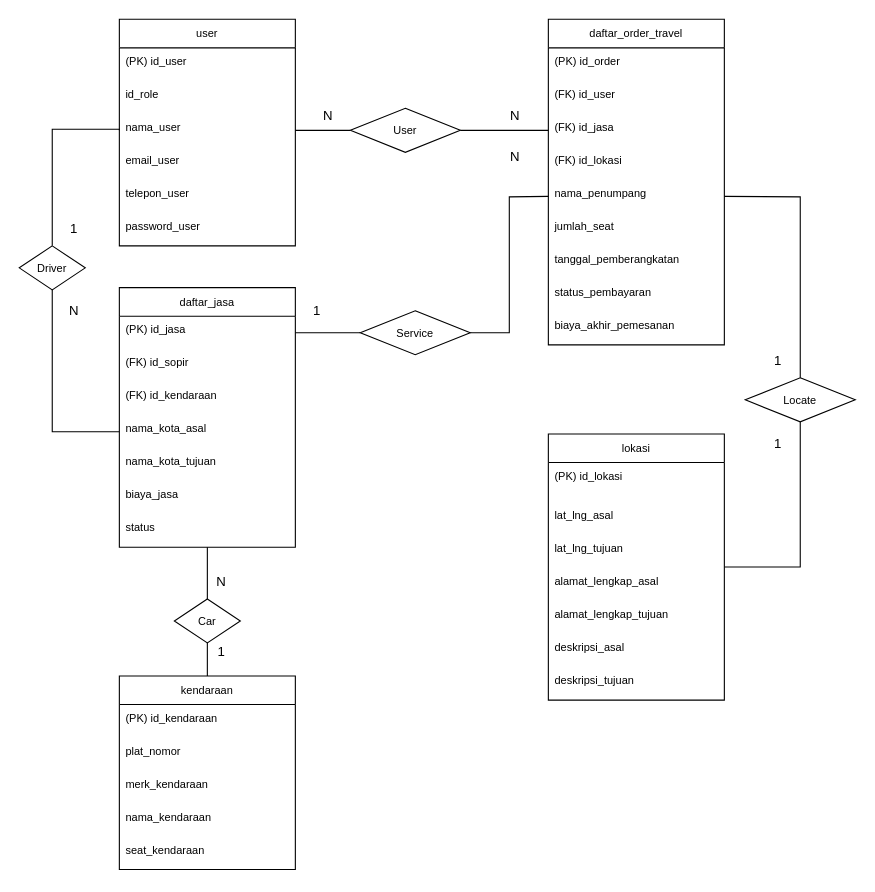
Above: database/erd-trvlx.drawio in williamk19/trvlx (draw.io), before the change. Source tidied: cells renumbered, new cells numbered last; positions are measured from the earlier drawing's top-left corner, leaving out a move shared by most shapes. Both pictures are drawn from the tidied source at 110%, with x=0, y=0 at pixel (19, 19).
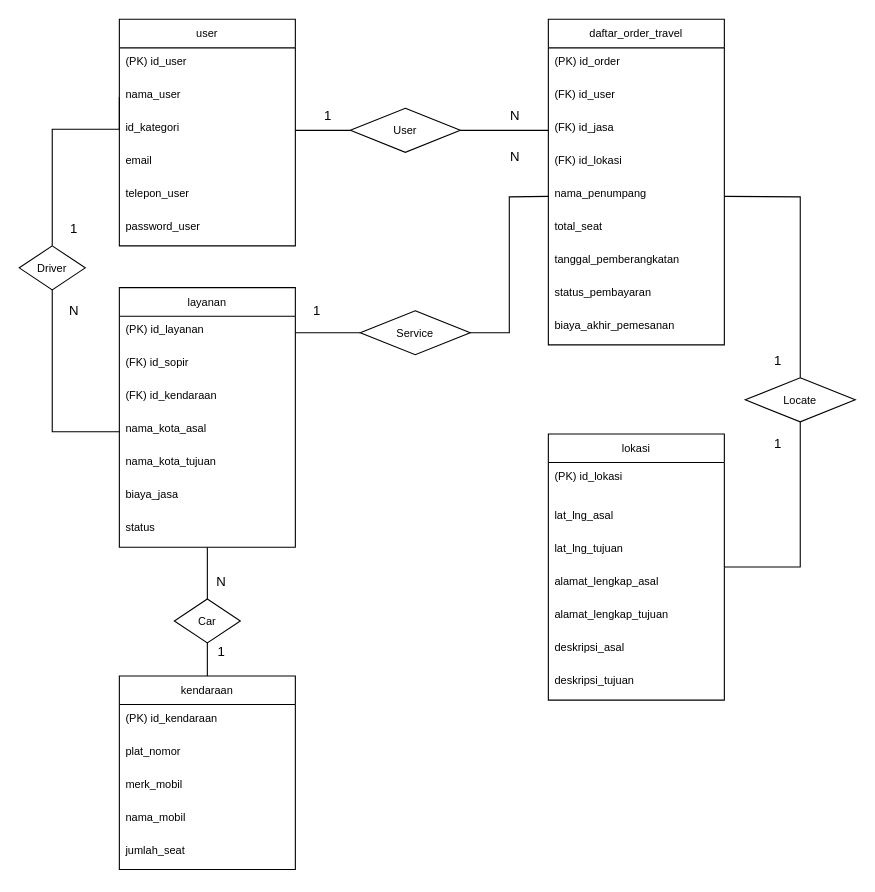
The same diagram, later.

The change refers to these unchanged cells:
```xml
<mxCell id="2" value="user" style="swimlane;fontStyle=0;horizontal=1;startSize=26;align=center;fontSize=10;" parent="1" vertex="1">
  <mxGeometry x="91" width="160" height="206" as="geometry" />
</mxCell>
<mxCell id="18" value="daftar_order_travel" style="swimlane;fontStyle=0;horizontal=1;startSize=26;align=center;fontSize=10;" parent="1" vertex="1">
  <mxGeometry x="481" width="160" height="296" as="geometry" />
</mxCell>
<mxCell id="30" value="User" style="rhombus;whiteSpace=wrap;html=1;fontSize=10;" parent="1" vertex="1">
  <mxGeometry x="301" y="81" width="100" height="40" as="geometry" />
</mxCell>
<mxCell id="34" value="kendaraan" style="swimlane;fontStyle=0;horizontal=1;startSize=26;align=center;fontSize=10;" parent="1" vertex="1">
  <mxGeometry x="91" y="597" width="160" height="176" as="geometry" />
</mxCell>
```

Change to the diagram source:
```diff
@@
+    <mxCell id="5" value="nama_user" style="text;strokeColor=none;fillColor=none;spacingLeft=4;spacingRight=4;overflow=hidden;points=[[0,0.5],[1,0.5]];portConstraint=eastwest;fontSize=10;" parent="2" vertex="1">
+      <mxGeometry y="56" width="160" height="30" as="geometry" />
+    </mxCell>
-    <mxCell id="4" value="id_role" style="text;strokeColor=none;fillColor=none;spacingLeft=4;spacingRight=4;overflow=hidden;points=[[0,0.5],[1,0.5]];portConstraint=eastwest;fontSize=10;fontStyle=0;" parent="2" vertex="1">
-      <mxGeometry y="56" width="160" height="30" as="geometry" />
+    <mxCell id="4" value="id_kategori" style="text;strokeColor=none;fillColor=none;spacingLeft=4;spacingRight=4;overflow=hidden;points=[[0,0.5],[1,0.5]];portConstraint=eastwest;fontSize=10;fontStyle=0;" parent="2" vertex="1">
+      <mxGeometry y="86" width="160" height="30" as="geometry" />
     </mxCell>
-    <mxCell id="5" value="nama_user" style="text;strokeColor=none;fillColor=none;spacingLeft=4;spacingRight=4;overflow=hidden;points=[[0,0.5],[1,0.5]];portConstraint=eastwest;fontSize=10;" parent="2" vertex="1">
-      <mxGeometry y="86" width="160" height="30" as="geometry" />
-    </mxCell>
-    <mxCell id="6" value="email_user" style="text;strokeColor=none;fillColor=none;spacingLeft=4;spacingRight=4;overflow=hidden;fontSize=10;" parent="2" vertex="1">
+    <mxCell id="6" value="email" style="text;strokeColor=none;fillColor=none;spacingLeft=4;spacingRight=4;overflow=hidden;fontSize=10;" parent="2" vertex="1">
       <mxGeometry y="116" width="160" height="30" as="geometry" />
     </mxCell>
@@
-    <mxCell id="10" value="daftar_jasa" style="swimlane;fontStyle=0;horizontal=1;startSize=26;align=center;fontSize=10;" parent="1" vertex="1">
+    <mxCell id="10" value="layanan" style="swimlane;fontStyle=0;horizontal=1;startSize=26;align=center;fontSize=10;" parent="1" vertex="1">
       <mxGeometry x="91" y="244" width="160" height="236" as="geometry" />
     </mxCell>
-    <mxCell id="11" value="(PK) id_jasa" style="text;strokeColor=none;fillColor=none;spacingLeft=4;spacingRight=4;overflow=hidden;points=[[0,0.5],[1,0.5]];portConstraint=eastwest;fontSize=10;fontStyle=0;" parent="10" vertex="1">
+    <mxCell id="11" value="(PK) id_layanan" style="text;strokeColor=none;fillColor=none;spacingLeft=4;spacingRight=4;overflow=hidden;points=[[0,0.5],[1,0.5]];portConstraint=eastwest;fontSize=10;fontStyle=0;" parent="10" vertex="1">
       <mxGeometry y="26" width="160" height="30" as="geometry" />
     </mxCell>
@@
-    <mxCell id="24" value="jumlah_seat" style="text;strokeColor=none;fillColor=none;spacingLeft=4;spacingRight=4;overflow=hidden;fontSize=10;" parent="18" vertex="1">
+    <mxCell id="24" value="total_seat" style="text;strokeColor=none;fillColor=none;spacingLeft=4;spacingRight=4;overflow=hidden;fontSize=10;" parent="18" vertex="1">
       <mxGeometry y="176" width="160" height="30" as="geometry" />
     </mxCell>
@@
-    <mxCell id="29" style="edgeStyle=orthogonalEdgeStyle;rounded=0;jettySize=auto;html=1;exitX=0;exitY=0.5;exitDx=0;exitDy=0;entryX=1;entryY=0.5;entryDx=0;entryDy=0;endArrow=none;endFill=0;" parent="1" edge="1" source="30" target="5">
+    <mxCell id="29" style="edgeStyle=orthogonalEdgeStyle;rounded=0;jettySize=auto;html=1;exitX=0;exitY=0.5;exitDx=0;exitDy=0;entryX=1;entryY=0.5;entryDx=0;entryDy=0;endArrow=none;endFill=0;" parent="1" edge="1" source="30" target="4">
       <mxGeometry relative="1" as="geometry" />
     </mxCell>
@@
-    <mxCell id="37" value="merk_kendaraan" style="text;strokeColor=none;fillColor=none;spacingLeft=4;spacingRight=4;overflow=hidden;fontSize=10;" parent="34" vertex="1">
+    <mxCell id="37" value="merk_mobil" style="text;strokeColor=none;fillColor=none;spacingLeft=4;spacingRight=4;overflow=hidden;fontSize=10;" parent="34" vertex="1">
       <mxGeometry y="86" width="160" height="30" as="geometry" />
     </mxCell>
-    <mxCell id="38" value="nama_kendaraan" style="text;strokeColor=none;fillColor=none;spacingLeft=4;spacingRight=4;overflow=hidden;fontSize=10;" parent="34" vertex="1">
+    <mxCell id="38" value="nama_mobil" style="text;strokeColor=none;fillColor=none;spacingLeft=4;spacingRight=4;overflow=hidden;fontSize=10;" parent="34" vertex="1">
       <mxGeometry y="116" width="160" height="30" as="geometry" />
     </mxCell>
-    <mxCell id="39" value="seat_kendaraan" style="text;strokeColor=none;fillColor=none;spacingLeft=4;spacingRight=4;overflow=hidden;fontSize=10;" parent="34" vertex="1">
+    <mxCell id="39" value="jumlah_seat" style="text;strokeColor=none;fillColor=none;spacingLeft=4;spacingRight=4;overflow=hidden;fontSize=10;" parent="34" vertex="1">
       <mxGeometry y="146" width="160" height="30" as="geometry" />
     </mxCell>
@@
-    <mxCell id="51" value="N" style="text;html=1;strokeColor=none;fillColor=none;align=center;verticalAlign=middle;whiteSpace=wrap;rounded=0;" parent="1" vertex="1">
+    <mxCell id="51" value="1" style="text;html=1;strokeColor=none;fillColor=none;align=center;verticalAlign=middle;whiteSpace=wrap;rounded=0;" parent="1" vertex="1">
       <mxGeometry x="271" y="73" width="20" height="30" as="geometry" />
     </mxCell>
```
